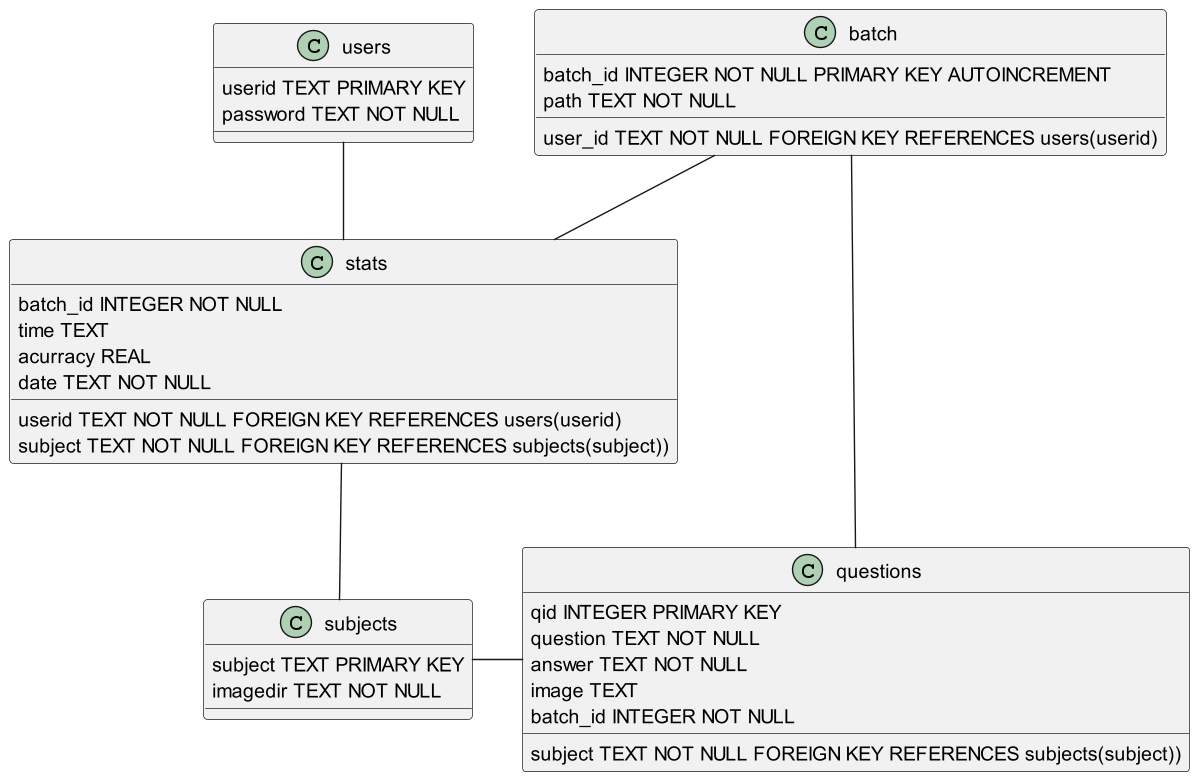
The PlantUML diagram Docs/database/Tables_diagram-0.png in ForNeus57/FiszkiApp, before a commit.
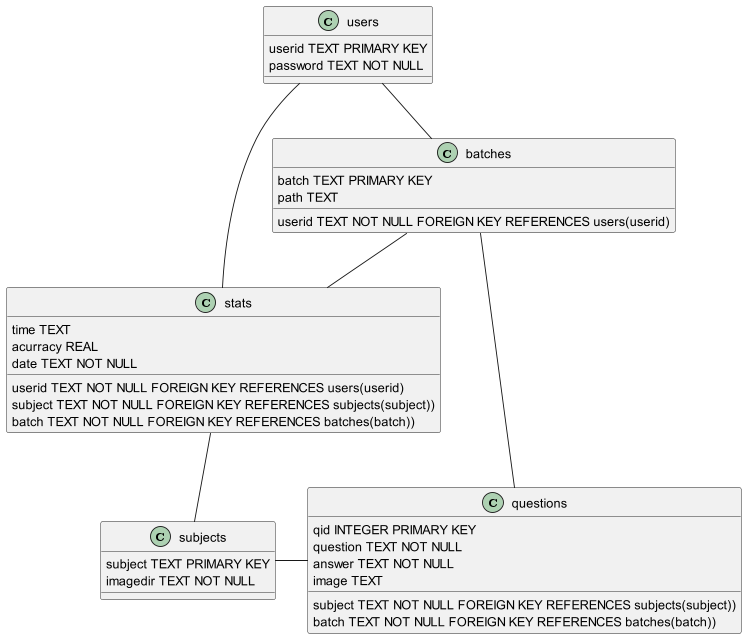
After the change.

What changed in the source:
```diff
@@ -13,7 +13,7 @@
 	answer TEXT NOT NULL
 	image TEXT
 	subject TEXT NOT NULL FOREIGN KEY REFERENCES subjects(subject))
-	batch_id INTEGER NOT NULL
+	batch TEXT NOT NULL FOREIGN KEY REFERENCES batches(batch))
 }
 
 class subjects {
@@ -21,27 +21,28 @@
 	imagedir TEXT NOT NULL
 }
 
-class batch {
-	batch_id INTEGER NOT NULL PRIMARY KEY AUTOINCREMENT
-	user_id TEXT NOT NULL FOREIGN KEY REFERENCES users(userid)
-	path TEXT NOT NULL
+class batches {
+	batch TEXT PRIMARY KEY
+	userid TEXT NOT NULL FOREIGN KEY REFERENCES users(userid)
+	path TEXT
 }
 
 class stats {
 	userid TEXT NOT NULL FOREIGN KEY REFERENCES users(userid)
 	subject TEXT NOT NULL FOREIGN KEY REFERENCES subjects(subject))
-	batch_id INTEGER NOT NULL
+	batch TEXT NOT NULL FOREIGN KEY REFERENCES batches(batch))
 	time TEXT
 	acurracy REAL
 	date TEXT NOT NULL
 }
 
 users -d- stats
+users -d- batches
 
 subjects -u- stats
 subjects - questions
 
-batch -d- questions
-batch -d- stats
+batches -d- questions
+batches -d- stats
 
 @enduml
```
